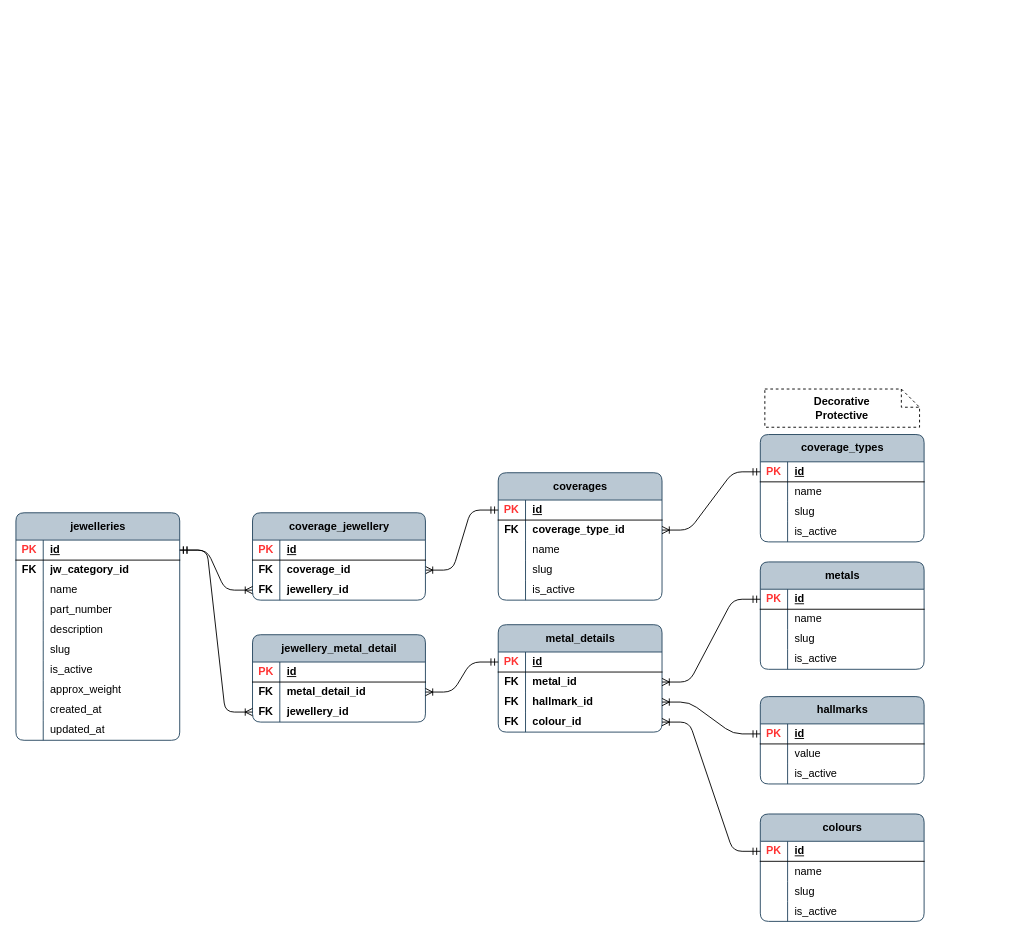
Earlier version of the draw.io diagram page "psql_metals" (3 of 14) of publisher/laravel-app/psql_jewellery_items.drawio (Local-development-environment/msg-brokers-publisher-consumer). Source tidied: cells renumbered, new cells numbered last; positions are measured from the earlier drawing's top-left corner, leaving out a move shared by most shapes. Both pictures are drawn from the tidied source at 91%, with x=0, y=0 at pixel (15, 389).
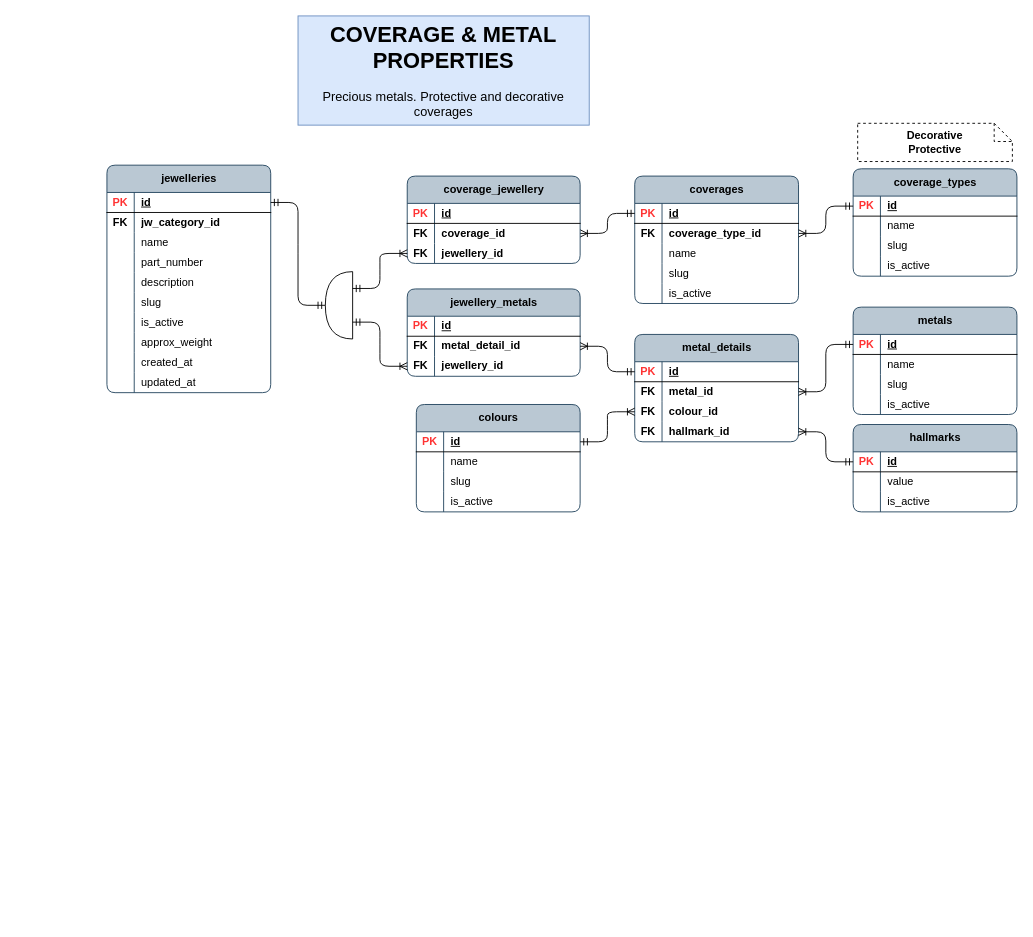
After the change.

The change refers to these unchanged cells:
```xml
<mxCell id="26" style="shape=tableRow;horizontal=0;startSize=0;swimlaneHead=0;swimlaneBody=0;fillColor=none;points=[[0,0.5],[1,0.5]];portConstraint=eastwest;top=0;left=0;right=0;bottom=0;rounded=1;" parent="19" vertex="1">
  <mxGeometry y="74" width="190" height="22" as="geometry" />
</mxCell>
<mxCell id="31" style="shape=tableRow;horizontal=0;startSize=0;swimlaneHead=0;swimlaneBody=0;fillColor=none;points=[[0,0.5],[1,0.5]];portConstraint=eastwest;top=0;left=0;right=0;bottom=1;rounded=1;" parent="30" vertex="1">
  <mxGeometry y="30" width="180" height="22" as="geometry" />
</mxCell>
<mxCell id="68" style="shape=tableRow;horizontal=0;startSize=0;swimlaneHead=0;swimlaneBody=0;fillColor=none;points=[[0,0.5],[1,0.5]];portConstraint=eastwest;top=0;left=0;right=0;bottom=0;rounded=1;" parent="61" vertex="1">
  <mxGeometry y="74" width="190" height="22" as="geometry" />
</mxCell>
<mxCell id="126" style="shape=tableRow;horizontal=0;startSize=0;swimlaneHead=0;swimlaneBody=0;fillColor=none;points=[[0,0.5],[1,0.5]];portConstraint=eastwest;top=0;left=0;right=0;bottom=1;rounded=1;" parent="125" vertex="1">
  <mxGeometry y="30" width="180" height="22" as="geometry" />
</mxCell>
```

Diff of the diagram source:
```diff
@@
     <mxCell id="2" value="coverages" style="shape=table;startSize=30;childLayout=tableLayout;rowLines=0;fontStyle=1;align=center;html=1;rounded=1;swimlaneFillColor=none;fillColor=#bac8d3;strokeColor=#23445d;columnLines=1;arcSize=10;noLabel=0;" parent="1" vertex="1">
-      <mxGeometry x="530" y="92" width="180" height="140" as="geometry" />
+      <mxGeometry x="680" y="-234" width="180" height="140" as="geometry" />
     </mxCell>
@@
     <mxCell id="19" value="coverage_jewellery" style="shape=table;startSize=30;childLayout=tableLayout;rowLines=0;fontStyle=1;align=center;html=1;rounded=1;swimlaneFillColor=none;fillColor=#bac8d3;strokeColor=#23445d;columnLines=1;arcSize=10;" parent="1" vertex="1">
-      <mxGeometry x="260" y="136" width="190" height="96" as="geometry" />
+      <mxGeometry x="430" y="-234" width="190" height="96" as="geometry" />
     </mxCell>
@@
-    <mxCell id="29" style="edgeStyle=entityRelationEdgeStyle;fontSize=12;html=1;endArrow=ERoneToMany;rounded=1;curved=0;endFill=0;startArrow=ERmandOne;startFill=0;entryX=0;entryY=0.5;entryDx=0;entryDy=0;exitX=1;exitY=0.5;exitDx=0;exitDy=0;" parent="1" edge="1" source="31" target="26">
+    <mxCell id="29" style="edgeStyle=entityRelationEdgeStyle;fontSize=12;html=1;endArrow=ERoneToMany;rounded=1;curved=0;endFill=0;startArrow=ERmandOne;startFill=0;entryX=0;entryY=0.5;entryDx=0;entryDy=0;exitX=0;exitY=0.75;exitDx=0;exitDy=0;exitPerimeter=0;" parent="1" edge="1" source="140" target="26">
       <mxGeometry relative="1" as="geometry" />
     </mxCell>
     <mxCell id="30" value="jewelleries" style="shape=table;startSize=30;childLayout=tableLayout;rowLines=0;fontStyle=1;align=center;html=1;rounded=1;swimlaneFillColor=none;fillColor=#bac8d3;strokeColor=#23445d;columnLines=1;arcSize=10;" parent="1" vertex="1">
-      <mxGeometry y="136" width="180" height="250" as="geometry" />
+      <mxGeometry x="100" y="-246" width="180" height="250" as="geometry" />
     </mxCell>
@@
-    <mxCell id="61" value="jewellery_metal_detail" style="shape=table;startSize=30;childLayout=tableLayout;rowLines=0;fontStyle=1;align=center;html=1;rounded=1;swimlaneFillColor=none;fillColor=#bac8d3;strokeColor=#23445d;columnLines=1;arcSize=10;" parent="1" vertex="1">
-      <mxGeometry x="260" y="270" width="190" height="96" as="geometry" />
+    <mxCell id="61" value="jewellery_metals" style="shape=table;startSize=30;childLayout=tableLayout;rowLines=0;fontStyle=1;align=center;html=1;rounded=1;swimlaneFillColor=none;fillColor=#bac8d3;strokeColor=#23445d;columnLines=1;arcSize=10;" parent="1" vertex="1">
+      <mxGeometry x="430" y="-110" width="190" height="96" as="geometry" />
     </mxCell>
@@
-    <mxCell id="71" style="edgeStyle=entityRelationEdgeStyle;fontSize=12;html=1;endArrow=ERoneToMany;rounded=1;curved=0;endFill=0;startArrow=ERmandOne;startFill=0;entryX=0;entryY=0.5;entryDx=0;entryDy=0;exitX=1;exitY=0.5;exitDx=0;exitDy=0;" parent="1" edge="1" source="31" target="68">
+    <mxCell id="71" style="edgeStyle=entityRelationEdgeStyle;fontSize=12;html=1;endArrow=ERoneToMany;rounded=1;curved=0;endFill=0;startArrow=ERmandOne;startFill=0;entryX=0;entryY=0.5;entryDx=0;entryDy=0;exitX=0;exitY=0.25;exitDx=0;exitDy=0;exitPerimeter=0;" parent="1" edge="1" source="140" target="68">
       <mxGeometry relative="1" as="geometry" />
     </mxCell>
     <mxCell id="72" value="coverage_types" style="shape=table;startSize=30;childLayout=tableLayout;rowLines=0;fontStyle=1;align=center;html=1;rounded=1;swimlaneFillColor=none;fillColor=#bac8d3;strokeColor=#23445d;columnLines=1;arcSize=10;noLabel=0;" parent="1" vertex="1">
-      <mxGeometry x="818" y="50" width="180" height="118" as="geometry" />
+      <mxGeometry x="920" y="-242" width="180" height="118" as="geometry" />
     </mxCell>
@@
     <mxCell id="86" value="&lt;b&gt;Decorative&lt;br&gt;Protective&lt;/b&gt;" style="shape=note;size=20;whiteSpace=wrap;html=1;dashed=1;" parent="1" vertex="1">
-      <mxGeometry x="823" width="170" height="42" as="geometry" />
+      <mxGeometry x="925" y="-292" width="170" height="42" as="geometry" />
     </mxCell>
     <mxCell id="87" value="metals" style="shape=table;startSize=30;childLayout=tableLayout;rowLines=0;fontStyle=1;align=center;html=1;rounded=1;swimlaneFillColor=none;fillColor=#bac8d3;strokeColor=#23445d;columnLines=1;arcSize=10;fixDash=0;enumerate=0;comic=0;" parent="1" vertex="1">
-      <mxGeometry x="818" y="190" width="180" height="118" as="geometry" />
+      <mxGeometry x="920" y="-90" width="180" height="118" as="geometry" />
     </mxCell>
@@
     <mxCell id="100" value="metal_details" style="shape=table;startSize=30;childLayout=tableLayout;rowLines=0;fontStyle=1;align=center;html=1;rounded=1;swimlaneFillColor=none;fillColor=#bac8d3;strokeColor=#23445d;columnLines=1;arcSize=10;fixDash=0;enumerate=0;comic=0;" parent="1" vertex="1">
-      <mxGeometry x="530" y="259" width="180" height="118" as="geometry" />
+      <mxGeometry x="680" y="-60" width="180" height="118" as="geometry" />
     </mxCell>
@@
+    <mxCell id="110" style="shape=tableRow;horizontal=0;startSize=0;swimlaneHead=0;swimlaneBody=0;fillColor=none;points=[[0,0.5],[1,0.5]];portConstraint=eastwest;top=0;left=0;right=0;bottom=0;rounded=1;" parent="100" vertex="1">
+      <mxGeometry y="74" width="180" height="22" as="geometry" />
+    </mxCell>
+    <mxCell id="111" value="&lt;b&gt;FK&lt;/b&gt;" style="shape=partialRectangle;fillColor=none;top=0;left=0;bottom=0;right=0;overflow=hidden;whiteSpace=wrap;html=1;rounded=1;" parent="110" vertex="1">
+      <mxGeometry width="30" height="22" as="geometry" />
+    </mxCell>
+    <mxCell id="112" value="&lt;span style=&quot;font-weight: 700; text-align: center; text-wrap-mode: nowrap;&quot;&gt;colour_id&lt;/span&gt;" style="shape=partialRectangle;fillColor=none;top=0;left=0;bottom=0;right=0;align=left;spacingLeft=6;overflow=hidden;whiteSpace=wrap;html=1;rounded=1;" parent="110" vertex="1">
+      <mxGeometry x="30" width="150" height="22" as="geometry" />
+    </mxCell>
     <mxCell id="107" style="shape=tableRow;horizontal=0;startSize=0;swimlaneHead=0;swimlaneBody=0;fillColor=none;points=[[0,0.5],[1,0.5]];portConstraint=eastwest;top=0;left=0;right=0;bottom=0;rounded=1;" parent="100" vertex="1">
-      <mxGeometry y="74" width="180" height="22" as="geometry" />
+      <mxGeometry y="96" width="180" height="22" as="geometry" />
     </mxCell>
@@
-    <mxCell id="110" style="shape=tableRow;horizontal=0;startSize=0;swimlaneHead=0;swimlaneBody=0;fillColor=none;points=[[0,0.5],[1,0.5]];portConstraint=eastwest;top=0;left=0;right=0;bottom=0;rounded=1;" parent="100" vertex="1">
-      <mxGeometry y="96" width="180" height="22" as="geometry" />
-    </mxCell>
-    <mxCell id="111" value="&lt;b&gt;FK&lt;/b&gt;" style="shape=partialRectangle;fillColor=none;top=0;left=0;bottom=0;right=0;overflow=hidden;whiteSpace=wrap;html=1;rounded=1;" parent="110" vertex="1">
-      <mxGeometry width="30" height="22" as="geometry" />
-    </mxCell>
-    <mxCell id="112" value="&lt;span style=&quot;font-weight: 700; text-align: center; text-wrap-mode: nowrap;&quot;&gt;colour_id&lt;/span&gt;" style="shape=partialRectangle;fillColor=none;top=0;left=0;bottom=0;right=0;align=left;spacingLeft=6;overflow=hidden;whiteSpace=wrap;html=1;rounded=1;" parent="110" vertex="1">
-      <mxGeometry x="30" width="150" height="22" as="geometry" />
-    </mxCell>
@@
     <mxCell id="114" value="hallmarks" style="shape=table;startSize=30;childLayout=tableLayout;rowLines=0;fontStyle=1;align=center;html=1;rounded=1;swimlaneFillColor=none;fillColor=#bac8d3;strokeColor=#23445d;columnLines=1;arcSize=10;" parent="1" vertex="1">
-      <mxGeometry x="818" y="338" width="180" height="96" as="geometry" />
+      <mxGeometry x="920" y="39" width="180" height="96" as="geometry" />
     </mxCell>
@@
     <mxCell id="125" value="colours" style="shape=table;startSize=30;childLayout=tableLayout;rowLines=0;fontStyle=1;align=center;html=1;rounded=1;swimlaneFillColor=none;fillColor=#bac8d3;strokeColor=#23445d;columnLines=1;arcSize=10;" parent="1" vertex="1">
-      <mxGeometry x="818" y="467" width="180" height="118" as="geometry" />
+      <mxGeometry x="440" y="17" width="180" height="118" as="geometry" />
     </mxCell>
@@
-    <mxCell id="139" style="edgeStyle=entityRelationEdgeStyle;fontSize=12;html=1;endArrow=ERoneToMany;rounded=1;curved=0;endFill=0;startArrow=ERmandOne;startFill=0;exitX=0;exitY=0.5;exitDx=0;exitDy=0;entryX=1;entryY=0.5;entryDx=0;entryDy=0;" parent="1" edge="1" source="126" target="110">
+    <mxCell id="139" style="edgeStyle=entityRelationEdgeStyle;fontSize=12;html=1;endArrow=ERoneToMany;rounded=1;curved=0;endFill=0;startArrow=ERmandOne;startFill=0;exitX=1;exitY=0.5;exitDx=0;exitDy=0;entryX=0;entryY=0.5;entryDx=0;entryDy=0;shadow=0;jumpStyle=none;sourcePerimeterSpacing=0;startSize=6;sourcePortConstraint=none;targetPortConstraint=none;anchorPointDirection=1;snapToPoint=0;fixDash=0;backgroundOutline=0;" parent="1" edge="1" source="126" target="110">
       <mxGeometry relative="1" as="geometry" />
     </mxCell>
+    <mxCell id="140" style="shape=or;whiteSpace=wrap;html=1;fillColor=none;direction=west;" parent="1" vertex="1">
+      <mxGeometry x="340" y="-129" width="30" height="74" as="geometry" />
+    </mxCell>
+    <mxCell id="141" style="edgeStyle=entityRelationEdgeStyle;fontSize=12;html=1;endArrow=ERmandOne;startArrow=ERmandOne;rounded=1;curved=0;exitX=1;exitY=0.5;exitDx=0;exitDy=0;entryX=1;entryY=0.5;entryDx=0;entryDy=0;entryPerimeter=0;" parent="1" edge="1" source="31" target="140">
+      <mxGeometry relative="1" as="geometry" />
+    </mxCell>
+    <mxCell id="142" value="&lt;h1 style=&quot;margin-top: 0px;&quot;&gt;COVERAGE &amp;amp; METAL PROPERTIES&lt;/h1&gt;&lt;p&gt;&lt;span style=&quot;font-size: 14px;&quot;&gt;Precious metals. Protective and decorative coverages&lt;/span&gt;&lt;/p&gt;" style="text;html=1;whiteSpace=wrap;overflow=hidden;rounded=0;fillColor=#dae8fc;strokeColor=#6c8ebf;align=center;" parent="1" vertex="1">
+      <mxGeometry x="310" y="-410" width="320" height="120" as="geometry" />
+    </mxCell>
```
